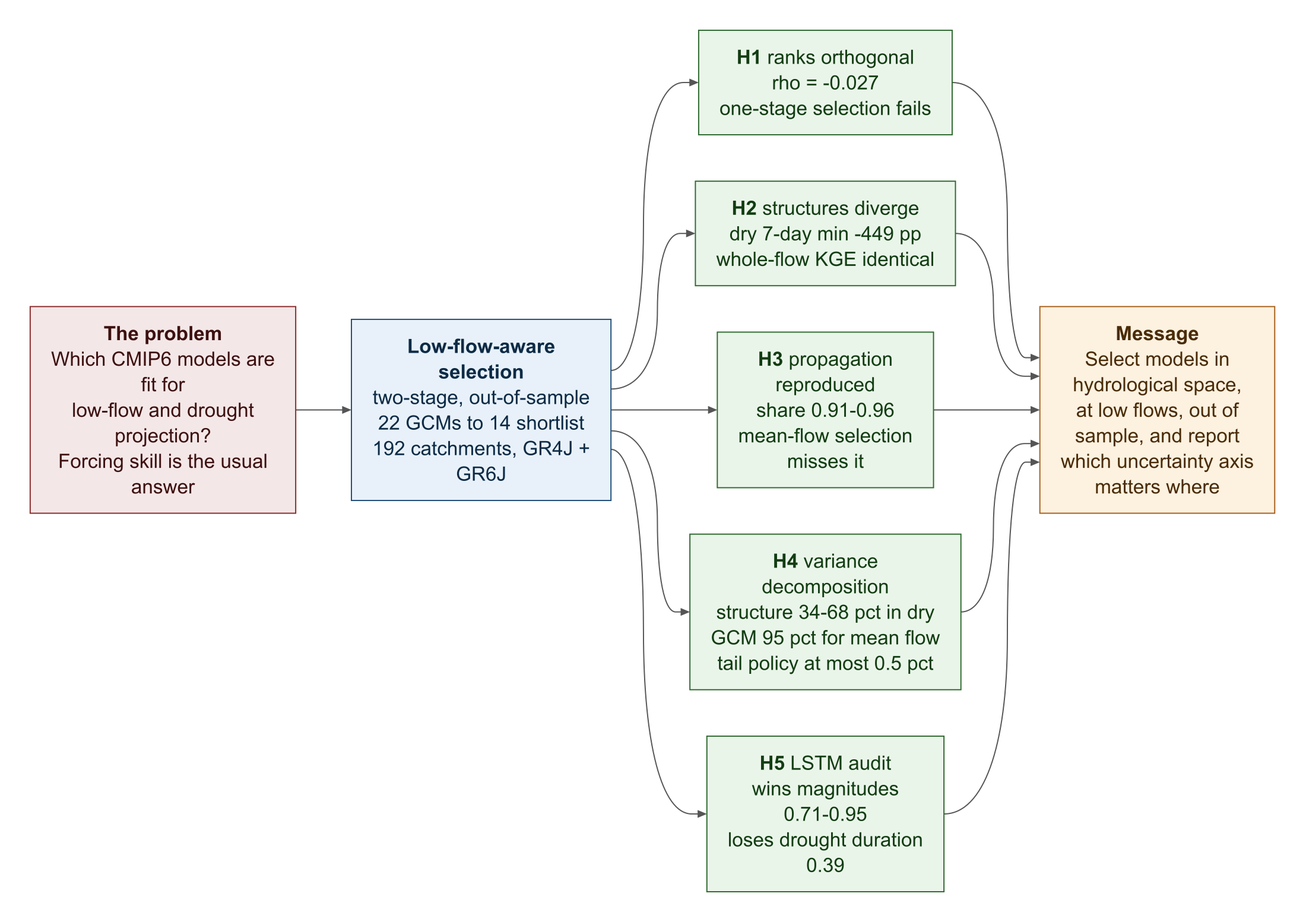
The Mermaid diagram manuscript/figures/figGA_story.png in anixn/CMIP6_IND_GR4J, before a commit. Its source is kept beside it as manuscript/figures/figGA_story.mmd. Source of this version:
```mermaid
flowchart LR
    P["<b>The problem</b><br/>Which CMIP6 models are fit for<br/>low-flow and drought projection?<br/>Forcing skill is the usual answer"] --> F1["<b>Low-flow-aware selection</b><br/>two-stage, out-of-sample<br/>22 GCMs → 14 shortlist<br/>192 catchments · GR4J + GR6J"]

    F1 --> R1["<b>H1</b> ranks orthogonal<br/>ρ = −0.027<br/>one-stage selection fails"]
    F1 --> R2["<b>H2</b> structures diverge<br/>dry 7-day min −449 pp<br/>whole-flow KGE identical"]
    F1 --> R3["<b>H3</b> propagation reproduced<br/>share 0.91–0.96<br/>mean-flow selection misses it"]
    F1 --> R4["<b>H4</b> variance decomposition<br/>structure 34–68 % in dry<br/>GCM 95 % for mean flow<br/>tail policy ≤ 0.5 %"]
    F1 --> R5["<b>H5</b> LSTM audit<br/>wins magnitudes 0.71–0.95<br/>loses drought duration 0.39"]

    R1 --> M["<b>Message</b><br/>Select models in hydrological space,<br/>at low flows, out of sample —<br/>and report which uncertainty<br/>axis actually matters where"]

    classDef prob fill:#f4e7e7,stroke:#8a2b2b,color:#3d1010
    classDef frame fill:#e8f1fa,stroke:#1f4e79,color:#0d2b45
    classDef res fill:#eaf5ea,stroke:#2e6b2e,color:#123d12
    classDef msg fill:#fdf1e0,stroke:#a6611a,color:#4a2c07
    class P prob
    class F1 frame
    class R1,R2,R3,R4,R5 res
    class M msg
```
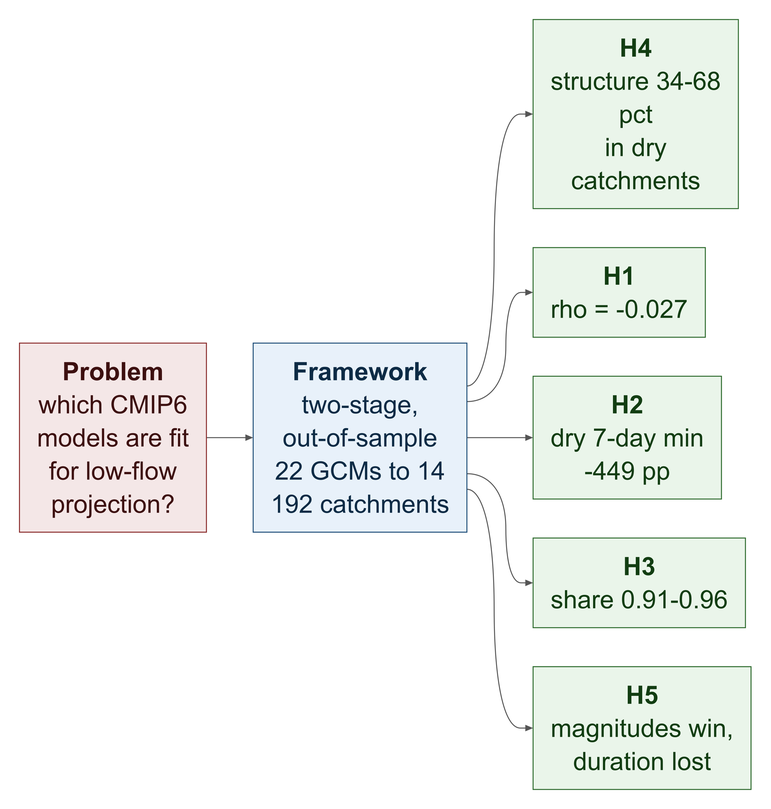
Above is the later version.

Diff of the diagram source:
```diff
@@ -1,19 +1,13 @@
 flowchart LR
-    P["<b>The problem</b><br/>Which CMIP6 models are fit for<br/>low-flow and drought projection?<br/>Forcing skill is the usual answer"] --> F1["<b>Low-flow-aware selection</b><br/>two-stage, out-of-sample<br/>22 GCMs → 14 shortlist<br/>192 catchments · GR4J + GR6J"]
-
-    F1 --> R1["<b>H1</b> ranks orthogonal<br/>ρ = −0.027<br/>one-stage selection fails"]
-    F1 --> R2["<b>H2</b> structures diverge<br/>dry 7-day min −449 pp<br/>whole-flow KGE identical"]
-    F1 --> R3["<b>H3</b> propagation reproduced<br/>share 0.91–0.96<br/>mean-flow selection misses it"]
-    F1 --> R4["<b>H4</b> variance decomposition<br/>structure 34–68 % in dry<br/>GCM 95 % for mean flow<br/>tail policy ≤ 0.5 %"]
-    F1 --> R5["<b>H5</b> LSTM audit<br/>wins magnitudes 0.71–0.95<br/>loses drought duration 0.39"]
-
-    R1 --> M["<b>Message</b><br/>Select models in hydrological space,<br/>at low flows, out of sample —<br/>and report which uncertainty<br/>axis actually matters where"]
-
+    P["<b>Problem</b><br/>which CMIP6 models are fit<br/>for low-flow projection?"] --> F1["<b>Framework</b><br/>two-stage, out-of-sample<br/>22 GCMs to 14<br/>192 catchments"]
+    F1 --> R4["<b>H4</b><br/>structure 34-68 pct<br/>in dry catchments"]
+    F1 --> R1["<b>H1</b><br/>rho = -0.027"]
+    F1 --> R2["<b>H2</b><br/>dry 7-day min -449 pp"]
+    F1 --> R3["<b>H3</b><br/>share 0.91-0.96"]
+    F1 --> R5["<b>H5</b><br/>magnitudes win,<br/>duration lost"]
     classDef prob fill:#f4e7e7,stroke:#8a2b2b,color:#3d1010
     classDef frame fill:#e8f1fa,stroke:#1f4e79,color:#0d2b45
     classDef res fill:#eaf5ea,stroke:#2e6b2e,color:#123d12
-    classDef msg fill:#fdf1e0,stroke:#a6611a,color:#4a2c07
     class P prob
     class F1 frame
     class R1,R2,R3,R4,R5 res
-    class M msg
```
